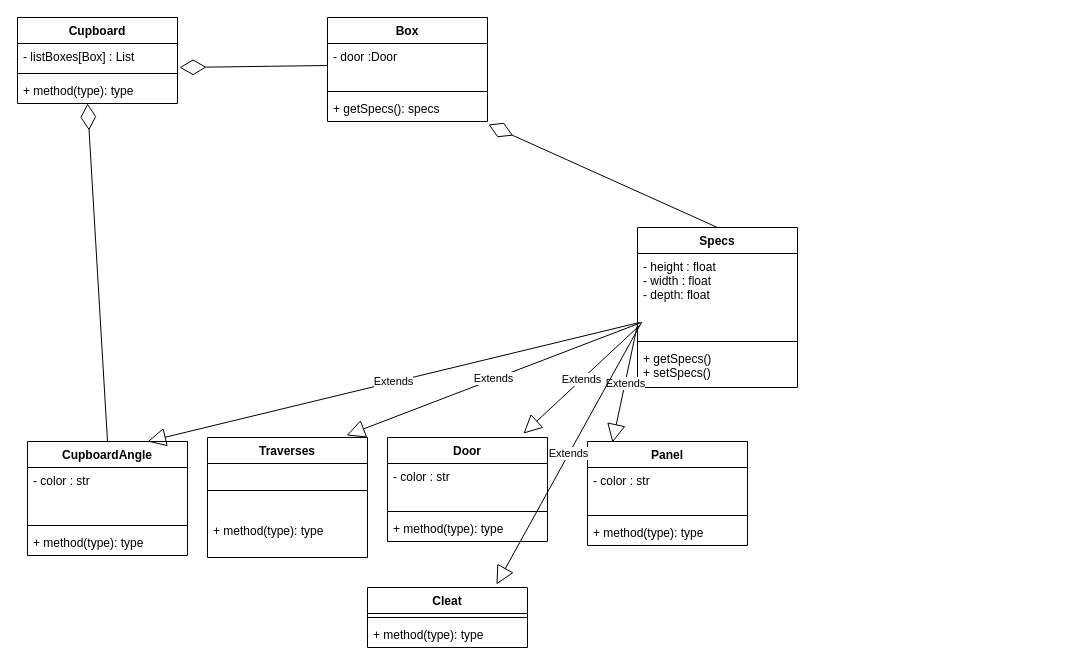
This is DiagrammeClasseKitbox.drawio from QuentinSoffie/kitbox, a draw.io file, before an edit. Source tidied: cells renumbered, new cells numbered last; positions are measured from the earlier drawing's top-left corner, leaving out a move shared by most shapes. Both pictures are drawn from the tidied source at 100%, with x=0, y=0 at pixel (17, 17).
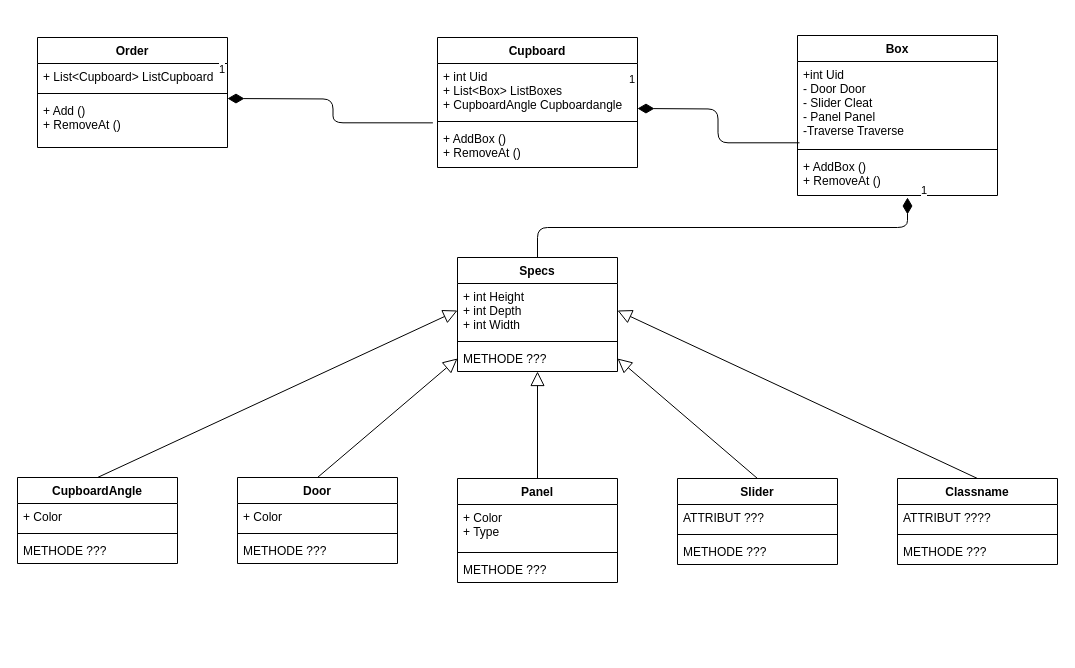
The same page after the edit.

Commit message:
Activity diagram

Change to the diagram source:
```diff
@@
     <mxCell id="2" value="Cupboard" style="swimlane;fontStyle=1;align=center;verticalAlign=top;horizontal=1;startSize=26;" parent="1" vertex="1">
-      <mxGeometry width="160" height="86" as="geometry" />
+      <mxGeometry x="420" y="20" width="200" height="130" as="geometry" />
     </mxCell>
-    <mxCell id="3" value="- listBoxes[Box] : List" style="text;strokeColor=none;fillColor=none;align=left;verticalAlign=top;spacingLeft=4;spacingRight=4;overflow=hidden;points=[[0,0.5],[1,0.5]];portConstraint=eastwest;" parent="2" vertex="1">
-      <mxGeometry y="26" width="160" height="26" as="geometry" />
-    </mxCell>
-    <mxCell id="4" style="line;strokeWidth=1;fillColor=none;align=left;verticalAlign=middle;spacingTop=-1;spacingLeft=3;spacingRight=3;labelPosition=right;" parent="2" vertex="1">
-      <mxGeometry y="52" width="160" height="8" as="geometry" />
-    </mxCell>
-    <mxCell id="5" value="+ method(type): type" style="text;strokeColor=none;fillColor=none;align=left;verticalAlign=top;spacingLeft=4;spacingRight=4;overflow=hidden;" parent="2" vertex="1">
-      <mxGeometry y="60" width="160" height="26" as="geometry" />
-    </mxCell>
+    <mxCell id="40" value="+ int Uid&#10;+ List&lt;Box&gt; ListBoxes&#10;+ CupboardAngle Cupboardangle" style="text;strokeColor=none;fillColor=none;align=left;verticalAlign=top;spacingLeft=4;spacingRight=4;overflow=hidden;points=[[0,0.5],[1,0.5]];portConstraint=eastwest;" parent="2" vertex="1">
+      <mxGeometry y="26" width="200" height="54" as="geometry" />
+    </mxCell>
+    <mxCell id="41" style="line;strokeWidth=1;fillColor=none;align=left;verticalAlign=middle;spacingTop=-1;spacingLeft=3;spacingRight=3;labelPosition=right;" parent="2" vertex="1">
+      <mxGeometry y="80" width="200" height="8" as="geometry" />
+    </mxCell>
+    <mxCell id="42" value="+ AddBox ()&#10;+ RemoveAt ()" style="text;strokeColor=none;fillColor=none;align=left;verticalAlign=top;spacingLeft=4;spacingRight=4;overflow=hidden;" parent="2" vertex="1">
+      <mxGeometry y="88" width="200" height="42" as="geometry" />
+    </mxCell>
+    <mxCell id="43" value="Order" style="swimlane;fontStyle=1;align=center;verticalAlign=top;horizontal=1;startSize=26;" parent="1" vertex="1">
+      <mxGeometry x="20" y="20" width="190" height="110" as="geometry" />
+    </mxCell>
+    <mxCell id="44" value="+ List&lt;Cupboard&gt; ListCupboard" style="text;strokeColor=none;fillColor=none;align=left;verticalAlign=top;spacingLeft=4;spacingRight=4;overflow=hidden;" parent="43" vertex="1">
+      <mxGeometry y="26" width="190" height="26" as="geometry" />
+    </mxCell>
+    <mxCell id="45" style="line;strokeWidth=1;fillColor=none;align=left;verticalAlign=middle;spacingTop=-1;spacingLeft=3;spacingRight=3;labelPosition=right;" parent="43" vertex="1">
+      <mxGeometry y="52" width="190" height="8" as="geometry" />
+    </mxCell>
+    <mxCell id="46" value="+ Add ()&#10;+ RemoveAt ()" style="text;strokeColor=none;fillColor=none;align=left;verticalAlign=top;spacingLeft=4;spacingRight=4;overflow=hidden;" parent="43" vertex="1">
+      <mxGeometry y="60" width="190" height="50" as="geometry" />
+    </mxCell>
+    <mxCell id="47" value="1" style="endArrow=none;html=1;endSize=12;startArrow=diamondThin;startSize=14;startFill=1;edgeStyle=orthogonalEdgeStyle;align=left;verticalAlign=bottom;entryX=-0.023;entryY=1.099;entryDx=0;entryDy=0;entryPerimeter=0;endFill=0;" parent="1" edge="1" target="40">
+      <mxGeometry x="-1" y="22" relative="1" as="geometry">
+        <mxPoint x="210" y="81" as="sourcePoint" />
+        <mxPoint x="-10" y="2" as="offset" />
+      </mxGeometry>
+    </mxCell>
     <mxCell id="6" value="Box" style="swimlane;fontStyle=1;align=center;verticalAlign=top;horizontal=1;startSize=26;" parent="1" vertex="1">
-      <mxGeometry x="310" width="160" height="104" as="geometry" />
+      <mxGeometry x="780" y="18" width="200" height="160" as="geometry" />
     </mxCell>
-    <mxCell id="7" value="- door :Door&#10;&#10; " style="text;strokeColor=none;fillColor=none;align=left;verticalAlign=top;spacingLeft=4;spacingRight=4;overflow=hidden;points=[[0,0.5],[1,0.5]];portConstraint=eastwest;" parent="6" vertex="1">
-      <mxGeometry y="26" width="160" height="44" as="geometry" />
-    </mxCell>
-    <mxCell id="8" style="line;strokeWidth=1;fillColor=none;align=left;verticalAlign=middle;spacingTop=-1;spacingLeft=3;spacingRight=3;labelPosition=right;" parent="6" vertex="1">
-      <mxGeometry y="70" width="160" height="8" as="geometry" />
-    </mxCell>
-    <mxCell id="9" value="+ getSpecs(): specs" style="text;strokeColor=none;fillColor=none;align=left;verticalAlign=top;spacingLeft=4;spacingRight=4;overflow=hidden;points=[[0,0.5],[1,0.5]];portConstraint=eastwest;" parent="6" vertex="1">
-      <mxGeometry y="78" width="160" height="26" as="geometry" />
-    </mxCell>
+    <mxCell id="48" value="+int Uid&#10;- Door Door&#10;- Slider Cleat&#10;- Panel Panel&#10;-Traverse Traverse" style="text;strokeColor=none;fillColor=none;align=left;verticalAlign=top;spacingLeft=4;spacingRight=4;overflow=hidden;points=[[0,0.5],[1,0.5]];portConstraint=eastwest;" parent="6" vertex="1">
+      <mxGeometry y="26" width="200" height="84" as="geometry" />
+    </mxCell>
+    <mxCell id="49" style="line;strokeWidth=1;fillColor=none;align=left;verticalAlign=middle;spacingTop=-1;spacingLeft=3;spacingRight=3;labelPosition=right;" parent="6" vertex="1">
+      <mxGeometry y="110" width="200" height="8" as="geometry" />
+    </mxCell>
+    <mxCell id="50" value="+ AddBox ()&#10;+ RemoveAt ()" style="text;strokeColor=none;fillColor=none;align=left;verticalAlign=top;spacingLeft=4;spacingRight=4;overflow=hidden;" parent="6" vertex="1">
+      <mxGeometry y="118" width="200" height="42" as="geometry" />
+    </mxCell>
+    <mxCell id="51" value="1" style="endArrow=none;html=1;endSize=12;startArrow=diamondThin;startSize=14;startFill=1;edgeStyle=orthogonalEdgeStyle;align=left;verticalAlign=bottom;entryX=0.01;entryY=0.968;entryDx=0;entryDy=0;entryPerimeter=0;endFill=0;" parent="1" edge="1" target="48">
+      <mxGeometry x="-1" y="22" relative="1" as="geometry">
+        <mxPoint x="620" y="91" as="sourcePoint" />
+        <mxPoint x="-10" y="2" as="offset" />
+      </mxGeometry>
+    </mxCell>
+    <mxCell id="14" value="Specs" style="swimlane;fontStyle=1;align=center;verticalAlign=top;horizontal=1;startSize=26;" parent="1" vertex="1">
+      <mxGeometry x="440" y="240" width="160" height="114" as="geometry" />
+    </mxCell>
+    <mxCell id="52" value="+ int Height&#10;+ int Depth&#10;+ int Width" style="text;strokeColor=none;fillColor=none;align=left;verticalAlign=top;spacingLeft=4;spacingRight=4;overflow=hidden;points=[[0,0.5],[1,0.5]];portConstraint=eastwest;" parent="14" vertex="1">
+      <mxGeometry y="26" width="160" height="54" as="geometry" />
+    </mxCell>
+    <mxCell id="23" style="line;strokeWidth=1;fillColor=none;align=left;verticalAlign=middle;spacingTop=-1;spacingLeft=3;spacingRight=3;labelPosition=right;" parent="14" vertex="1">
+      <mxGeometry y="80" width="160" height="8" as="geometry" />
+    </mxCell>
+    <mxCell id="53" value="METHODE ???" style="text;strokeColor=none;fillColor=none;align=left;verticalAlign=top;spacingLeft=4;spacingRight=4;overflow=hidden;points=[[0,0.5],[1,0.5]];portConstraint=eastwest;" parent="14" vertex="1">
+      <mxGeometry y="88" width="160" height="26" as="geometry" />
+    </mxCell>
+    <mxCell id="54" value="1" style="endArrow=none;html=1;endSize=12;startArrow=diamondThin;startSize=14;startFill=1;edgeStyle=orthogonalEdgeStyle;align=left;verticalAlign=bottom;endFill=0;" parent="1" edge="1" target="14">
+      <mxGeometry x="-1" y="22" relative="1" as="geometry">
+        <mxPoint x="890" y="180" as="sourcePoint" />
+        <Array as="points">
+          <mxPoint x="890" y="210" />
+          <mxPoint x="520" y="210" />
+        </Array>
+        <mxPoint x="-10" y="2" as="offset" />
+      </mxGeometry>
+    </mxCell>
+    <mxCell id="21" value="CupboardAngle" style="swimlane;fontStyle=1;align=center;verticalAlign=top;horizontal=1;startSize=26;" parent="1" vertex="1">
+      <mxGeometry y="460" width="160" height="86" as="geometry" />
+    </mxCell>
+    <mxCell id="55" value="+ Color" style="text;strokeColor=none;fillColor=none;align=left;verticalAlign=top;spacingLeft=4;spacingRight=4;overflow=hidden;" parent="21" vertex="1">
+      <mxGeometry y="26" width="160" height="26" as="geometry" />
+    </mxCell>
+    <mxCell id="56" style="line;strokeWidth=1;fillColor=none;align=left;verticalAlign=middle;spacingTop=-1;spacingLeft=3;spacingRight=3;labelPosition=right;" parent="21" vertex="1">
+      <mxGeometry y="52" width="160" height="8" as="geometry" />
+    </mxCell>
+    <mxCell id="57" value="METHODE ???" style="text;strokeColor=none;fillColor=none;align=left;verticalAlign=top;spacingLeft=4;spacingRight=4;overflow=hidden;" parent="21" vertex="1">
+      <mxGeometry y="60" width="160" height="26" as="geometry" />
+    </mxCell>
     <mxCell id="10" value="Door" style="swimlane;fontStyle=1;align=center;verticalAlign=top;horizontal=1;startSize=26;" parent="1" vertex="1">
-      <mxGeometry x="370" y="420" width="160" height="104" as="geometry" />
+      <mxGeometry x="220" y="460" width="160" height="86" as="geometry" />
     </mxCell>
-    <mxCell id="11" value="- color : str&#10;" style="text;strokeColor=none;fillColor=none;align=left;verticalAlign=top;spacingLeft=4;spacingRight=4;overflow=hidden;" parent="10" vertex="1">
-      <mxGeometry y="26" width="160" height="44" as="geometry" />
-    </mxCell>
-    <mxCell id="12" style="line;strokeWidth=1;fillColor=none;align=left;verticalAlign=middle;spacingTop=-1;spacingLeft=3;spacingRight=3;labelPosition=right;" parent="10" vertex="1">
-      <mxGeometry y="70" width="160" height="8" as="geometry" />
-    </mxCell>
-    <mxCell id="13" value="+ method(type): type" style="text;strokeColor=none;fillColor=none;align=left;verticalAlign=top;spacingLeft=4;spacingRight=4;overflow=hidden;" parent="10" vertex="1">
-      <mxGeometry y="78" width="160" height="26" as="geometry" />
-    </mxCell>
-    <mxCell id="14" value="Specs" style="swimlane;fontStyle=1;align=center;verticalAlign=top;horizontal=1;startSize=26;" parent="1" vertex="1">
-      <mxGeometry x="620" y="210" width="160" height="160" as="geometry" />
-    </mxCell>
-    <mxCell id="15" value="- height : float&#10;- width : float&#10;- depth: float&#10;" style="text;strokeColor=none;fillColor=none;align=left;verticalAlign=top;spacingLeft=4;spacingRight=4;overflow=hidden;points=[[0,0.5],[1,0.5]];portConstraint=eastwest;" parent="14" vertex="1">
-      <mxGeometry y="26" width="160" height="84" as="geometry" />
-    </mxCell>
-    <mxCell id="16" style="line;strokeWidth=1;fillColor=none;align=left;verticalAlign=middle;spacingTop=-1;spacingLeft=3;spacingRight=3;labelPosition=right;" parent="14" vertex="1">
-      <mxGeometry y="110" width="160" height="8" as="geometry" />
-    </mxCell>
-    <mxCell id="17" value="+ getSpecs()&#10;+ setSpecs()&#10;" style="text;strokeColor=none;fillColor=none;align=left;verticalAlign=top;spacingLeft=4;spacingRight=4;overflow=hidden;" parent="14" vertex="1">
-      <mxGeometry y="118" width="160" height="42" as="geometry" />
-    </mxCell>
-    <mxCell id="18" value="Traverses" style="swimlane;fontStyle=1;align=center;verticalAlign=top;horizontal=1;startSize=26;" parent="1" vertex="1">
-      <mxGeometry x="190" y="420" width="160" height="120" as="geometry" />
-    </mxCell>
-    <mxCell id="19" style="line;strokeWidth=1;fillColor=none;align=left;verticalAlign=middle;spacingTop=-1;spacingLeft=3;spacingRight=3;labelPosition=right;" parent="18" vertex="1">
-      <mxGeometry y="26" width="160" height="54" as="geometry" />
-    </mxCell>
-    <mxCell id="20" value="+ method(type): type" style="text;strokeColor=none;fillColor=none;align=left;verticalAlign=top;spacingLeft=4;spacingRight=4;overflow=hidden;" parent="18" vertex="1">
-      <mxGeometry y="80" width="160" height="40" as="geometry" />
-    </mxCell>
-    <mxCell id="21" value="CupboardAngle" style="swimlane;fontStyle=1;align=center;verticalAlign=top;horizontal=1;startSize=26;" parent="1" vertex="1">
-      <mxGeometry x="10" y="424" width="160" height="114" as="geometry" />
-    </mxCell>
-    <mxCell id="22" value="- color : str" style="text;strokeColor=none;fillColor=none;align=left;verticalAlign=top;spacingLeft=4;spacingRight=4;overflow=hidden;" parent="21" vertex="1">
-      <mxGeometry y="26" width="160" height="54" as="geometry" />
-    </mxCell>
-    <mxCell id="23" style="line;strokeWidth=1;fillColor=none;align=left;verticalAlign=middle;spacingTop=-1;spacingLeft=3;spacingRight=3;labelPosition=right;" parent="21" vertex="1">
-      <mxGeometry y="80" width="160" height="8" as="geometry" />
-    </mxCell>
-    <mxCell id="24" value="+ method(type): type" style="text;strokeColor=none;fillColor=none;align=left;verticalAlign=top;spacingLeft=4;spacingRight=4;overflow=hidden;" parent="21" vertex="1">
-      <mxGeometry y="88" width="160" height="26" as="geometry" />
-    </mxCell>
-    <mxCell id="25" style="endArrow=diamondThin;endFill=0;endSize=24;html=1;entryX=1.013;entryY=0.923;entryDx=0;entryDy=0;entryPerimeter=0;exitX=0;exitY=0.5;exitDx=0;exitDy=0;" parent="1" edge="1" source="7" target="3">
-      <mxGeometry relative="1" as="geometry" />
-    </mxCell>
+    <mxCell id="58" value="+ Color" style="text;strokeColor=none;fillColor=none;align=left;verticalAlign=top;spacingLeft=4;spacingRight=4;overflow=hidden;" parent="10" vertex="1">
+      <mxGeometry y="26" width="160" height="26" as="geometry" />
+    </mxCell>
+    <mxCell id="59" style="line;strokeWidth=1;fillColor=none;align=left;verticalAlign=middle;spacingTop=-1;spacingLeft=3;spacingRight=3;labelPosition=right;" parent="10" vertex="1">
+      <mxGeometry y="52" width="160" height="8" as="geometry" />
+    </mxCell>
+    <mxCell id="60" value="METHODE ???" style="text;strokeColor=none;fillColor=none;align=left;verticalAlign=top;spacingLeft=4;spacingRight=4;overflow=hidden;" parent="10" vertex="1">
+      <mxGeometry y="60" width="160" height="26" as="geometry" />
+    </mxCell>
-    <mxCell id="26" value="Panel&#10;" style="swimlane;fontStyle=1;align=center;verticalAlign=top;horizontal=1;startSize=26;" parent="1" vertex="1">
-      <mxGeometry x="570" y="424" width="160" height="104" as="geometry" />
+    <mxCell id="26" value="Panel" style="swimlane;fontStyle=1;align=center;verticalAlign=top;horizontal=1;startSize=26;" parent="1" vertex="1">
+      <mxGeometry x="440" y="461" width="160" height="104" as="geometry" />
     </mxCell>
-    <mxCell id="27" value="- color : str&#10;" style="text;strokeColor=none;fillColor=none;align=left;verticalAlign=top;spacingLeft=4;spacingRight=4;overflow=hidden;" parent="26" vertex="1">
-      <mxGeometry y="26" width="160" height="44" as="geometry" />
-    </mxCell>
-    <mxCell id="28" style="line;strokeWidth=1;fillColor=none;align=left;verticalAlign=middle;spacingTop=-1;spacingLeft=3;spacingRight=3;labelPosition=right;" parent="26" vertex="1">
-      <mxGeometry y="70" width="160" height="8" as="geometry" />
-    </mxCell>
-    <mxCell id="29" value="+ method(type): type" style="text;strokeColor=none;fillColor=none;align=left;verticalAlign=top;spacingLeft=4;spacingRight=4;overflow=hidden;" parent="26" vertex="1">
-      <mxGeometry y="78" width="160" height="26" as="geometry" />
-    </mxCell>
-    <mxCell id="30" value="Cleat&#10;" style="swimlane;fontStyle=1;align=center;verticalAlign=top;horizontal=1;startSize=26;" parent="1" vertex="1">
-      <mxGeometry x="350" y="570" width="160" height="60" as="geometry" />
-    </mxCell>
-    <mxCell id="31" style="line;strokeWidth=1;fillColor=none;align=left;verticalAlign=middle;spacingTop=-1;spacingLeft=3;spacingRight=3;labelPosition=right;" parent="30" vertex="1">
-      <mxGeometry y="26" width="160" height="8" as="geometry" />
-    </mxCell>
-    <mxCell id="32" value="+ method(type): type" style="text;strokeColor=none;fillColor=none;align=left;verticalAlign=top;spacingLeft=4;spacingRight=4;overflow=hidden;" parent="30" vertex="1">
-      <mxGeometry y="34" width="160" height="26" as="geometry" />
-    </mxCell>
-    <mxCell id="33" value="Extends" style="endArrow=block;endSize=16;endFill=0;html=1;exitX=0;exitY=0.845;exitDx=0;exitDy=0;exitPerimeter=0;entryX=0.156;entryY=0.01;entryDx=0;entryDy=0;entryPerimeter=0;" parent="1" edge="1" source="15" target="26">
-      <mxGeometry relative="1" as="geometry" />
-    </mxCell>
-    <mxCell id="34" value="Extends" style="endArrow=block;endSize=16;endFill=0;html=1;exitX=0.013;exitY=0.857;exitDx=0;exitDy=0;exitPerimeter=0;entryX=0.85;entryY=-0.038;entryDx=0;entryDy=0;entryPerimeter=0;" parent="1" edge="1" source="15" target="10">
-      <mxGeometry relative="1" as="geometry" />
-    </mxCell>
-    <mxCell id="35" value="Extends" style="endArrow=block;endSize=16;endFill=0;html=1;exitX=0.025;exitY=0.821;exitDx=0;exitDy=0;exitPerimeter=0;entryX=0.869;entryY=-0.017;entryDx=0;entryDy=0;entryPerimeter=0;" parent="1" edge="1" source="15" target="18">
-      <mxGeometry relative="1" as="geometry" />
-    </mxCell>
-    <mxCell id="36" value="Extends" style="endArrow=block;endSize=16;endFill=0;html=1;exitX=0.025;exitY=0.821;exitDx=0;exitDy=0;exitPerimeter=0;entryX=0.806;entryY=-0.05;entryDx=0;entryDy=0;entryPerimeter=0;" parent="1" edge="1" source="15" target="30">
-      <mxGeometry relative="1" as="geometry" />
-    </mxCell>
-    <mxCell id="37" value="Extends" style="endArrow=block;endSize=16;endFill=0;html=1;exitX=0.013;exitY=0.821;exitDx=0;exitDy=0;exitPerimeter=0;entryX=0.75;entryY=0;entryDx=0;entryDy=0;" parent="1" edge="1" source="15" target="21">
-      <mxGeometry relative="1" as="geometry" />
-    </mxCell>
-    <mxCell id="38" style="endArrow=diamondThin;endFill=0;endSize=24;html=1;entryX=1.006;entryY=1.115;entryDx=0;entryDy=0;entryPerimeter=0;exitX=0.5;exitY=0;exitDx=0;exitDy=0;" parent="1" edge="1" source="14" target="9">
-      <mxGeometry relative="1" as="geometry" />
-    </mxCell>
-    <mxCell id="39" style="endArrow=diamondThin;endFill=0;endSize=24;html=1;entryX=1.006;entryY=1.115;entryDx=0;entryDy=0;entryPerimeter=0;exitX=0.5;exitY=0;exitDx=0;exitDy=0;" parent="1" edge="1" source="21">
-      <mxGeometry relative="1" as="geometry">
-        <mxPoint x="70" y="86" as="targetPoint" />
-      </mxGeometry>
-    </mxCell>
+    <mxCell id="61" value="+ Color&#10;+ Type" style="text;strokeColor=none;fillColor=none;align=left;verticalAlign=top;spacingLeft=4;spacingRight=4;overflow=hidden;" parent="26" vertex="1">
+      <mxGeometry y="26" width="160" height="44" as="geometry" />
+    </mxCell>
+    <mxCell id="62" style="line;strokeWidth=1;fillColor=none;align=left;verticalAlign=middle;spacingTop=-1;spacingLeft=3;spacingRight=3;labelPosition=right;" parent="26" vertex="1">
+      <mxGeometry y="70" width="160" height="8" as="geometry" />
+    </mxCell>
+    <mxCell id="63" value="METHODE ???" style="text;strokeColor=none;fillColor=none;align=left;verticalAlign=top;spacingLeft=4;spacingRight=4;overflow=hidden;" parent="26" vertex="1">
+      <mxGeometry y="78" width="160" height="26" as="geometry" />
+    </mxCell>
+    <mxCell id="64" value="Slider" style="swimlane;fontStyle=1;align=center;verticalAlign=top;horizontal=1;startSize=26;" parent="1" vertex="1">
+      <mxGeometry x="660" y="461" width="160" height="86" as="geometry" />
+    </mxCell>
+    <mxCell id="65" value="ATTRIBUT ???" style="text;strokeColor=none;fillColor=none;align=left;verticalAlign=top;spacingLeft=4;spacingRight=4;overflow=hidden;" parent="64" vertex="1">
+      <mxGeometry y="26" width="160" height="26" as="geometry" />
+    </mxCell>
+    <mxCell id="66" style="line;strokeWidth=1;fillColor=none;align=left;verticalAlign=middle;spacingTop=-1;spacingLeft=3;spacingRight=3;labelPosition=right;" parent="64" vertex="1">
+      <mxGeometry y="52" width="160" height="8" as="geometry" />
+    </mxCell>
+    <mxCell id="67" value="METHODE ???" style="text;strokeColor=none;fillColor=none;align=left;verticalAlign=top;spacingLeft=4;spacingRight=4;overflow=hidden;" parent="64" vertex="1">
+      <mxGeometry y="60" width="160" height="26" as="geometry" />
+    </mxCell>
+    <mxCell id="68" value="Classname" style="swimlane;fontStyle=1;align=center;verticalAlign=top;horizontal=1;startSize=26;" parent="1" vertex="1">
+      <mxGeometry x="880" y="461" width="160" height="86" as="geometry" />
+    </mxCell>
+    <mxCell id="69" value="ATTRIBUT ????" style="text;strokeColor=none;fillColor=none;align=left;verticalAlign=top;spacingLeft=4;spacingRight=4;overflow=hidden;" parent="68" vertex="1">
+      <mxGeometry y="26" width="160" height="26" as="geometry" />
+    </mxCell>
+    <mxCell id="70" style="line;strokeWidth=1;fillColor=none;align=left;verticalAlign=middle;spacingTop=-1;spacingLeft=3;spacingRight=3;labelPosition=right;" parent="68" vertex="1">
+      <mxGeometry y="52" width="160" height="8" as="geometry" />
+    </mxCell>
+    <mxCell id="71" value="METHODE ???" style="text;strokeColor=none;fillColor=none;align=left;verticalAlign=top;spacingLeft=4;spacingRight=4;overflow=hidden;" parent="68" vertex="1">
+      <mxGeometry y="60" width="160" height="26" as="geometry" />
+    </mxCell>
+    <mxCell id="72" style="endArrow=none;endFill=0;endSize=12;html=1;exitX=1;exitY=0.5;exitDx=0;exitDy=0;entryX=0.5;entryY=0;entryDx=0;entryDy=0;startSize=12;startArrow=block;startFill=0;" parent="1" edge="1" source="53" target="64">
+      <mxGeometry relative="1" as="geometry" />
+    </mxCell>
+    <mxCell id="73" style="endArrow=none;endFill=0;endSize=12;html=1;exitX=1;exitY=0.5;exitDx=0;exitDy=0;entryX=0.5;entryY=0;entryDx=0;entryDy=0;startArrow=block;startFill=0;startSize=12;" parent="1" edge="1" source="52" target="68">
+      <mxGeometry relative="1" as="geometry" />
+    </mxCell>
+    <mxCell id="74" style="endArrow=none;endFill=0;endSize=12;html=1;entryX=0.5;entryY=0;entryDx=0;entryDy=0;startArrow=block;startFill=0;startSize=12;" parent="1" edge="1" source="53" target="26">
+      <mxGeometry relative="1" as="geometry" />
+    </mxCell>
+    <mxCell id="75" style="endArrow=none;endFill=0;endSize=12;html=1;exitX=0;exitY=0.5;exitDx=0;exitDy=0;entryX=0.5;entryY=0;entryDx=0;entryDy=0;startSize=12;startArrow=block;startFill=0;" parent="1" edge="1" source="53" target="10">
+      <mxGeometry relative="1" as="geometry" />
+    </mxCell>
+    <mxCell id="76" style="endArrow=none;endFill=0;endSize=12;html=1;entryX=0.5;entryY=0;entryDx=0;entryDy=0;exitX=0;exitY=0.5;exitDx=0;exitDy=0;startArrow=block;startFill=0;startSize=12;" parent="1" edge="1" source="52" target="21">
+      <mxGeometry relative="1" as="geometry" />
+    </mxCell>
```
